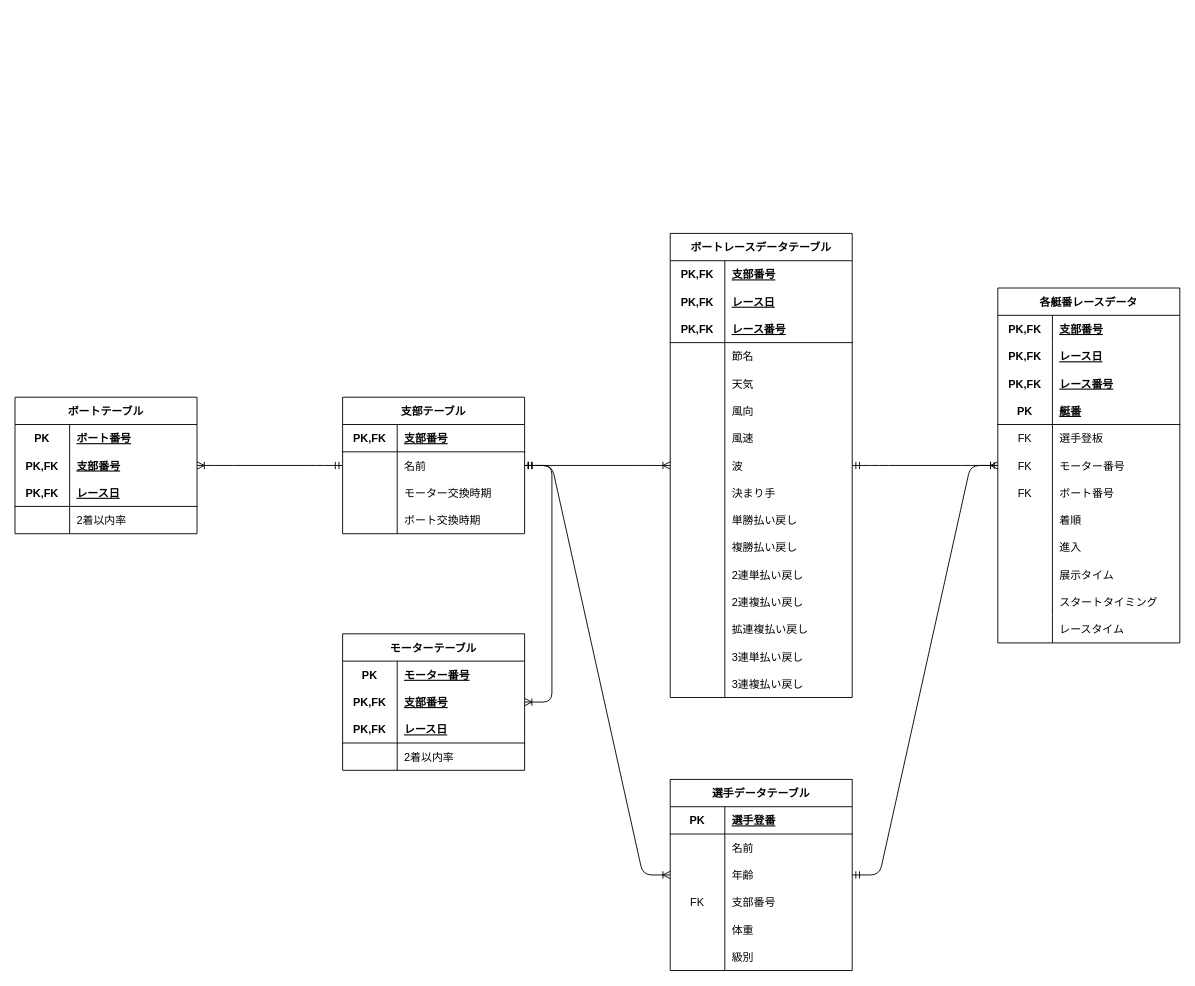
Before: page "論理設計" (2 of 3) of .db_design/db_design.dio in nishio-n0522/predict_boat, a draw.io diagram. Source tidied: cells renumbered, new cells numbered last; positions are measured from the earlier drawing's top-left corner, leaving out a move shared by most shapes. Both pictures are drawn from the tidied source at 91%, with x=0, y=0 at pixel (15, 233).
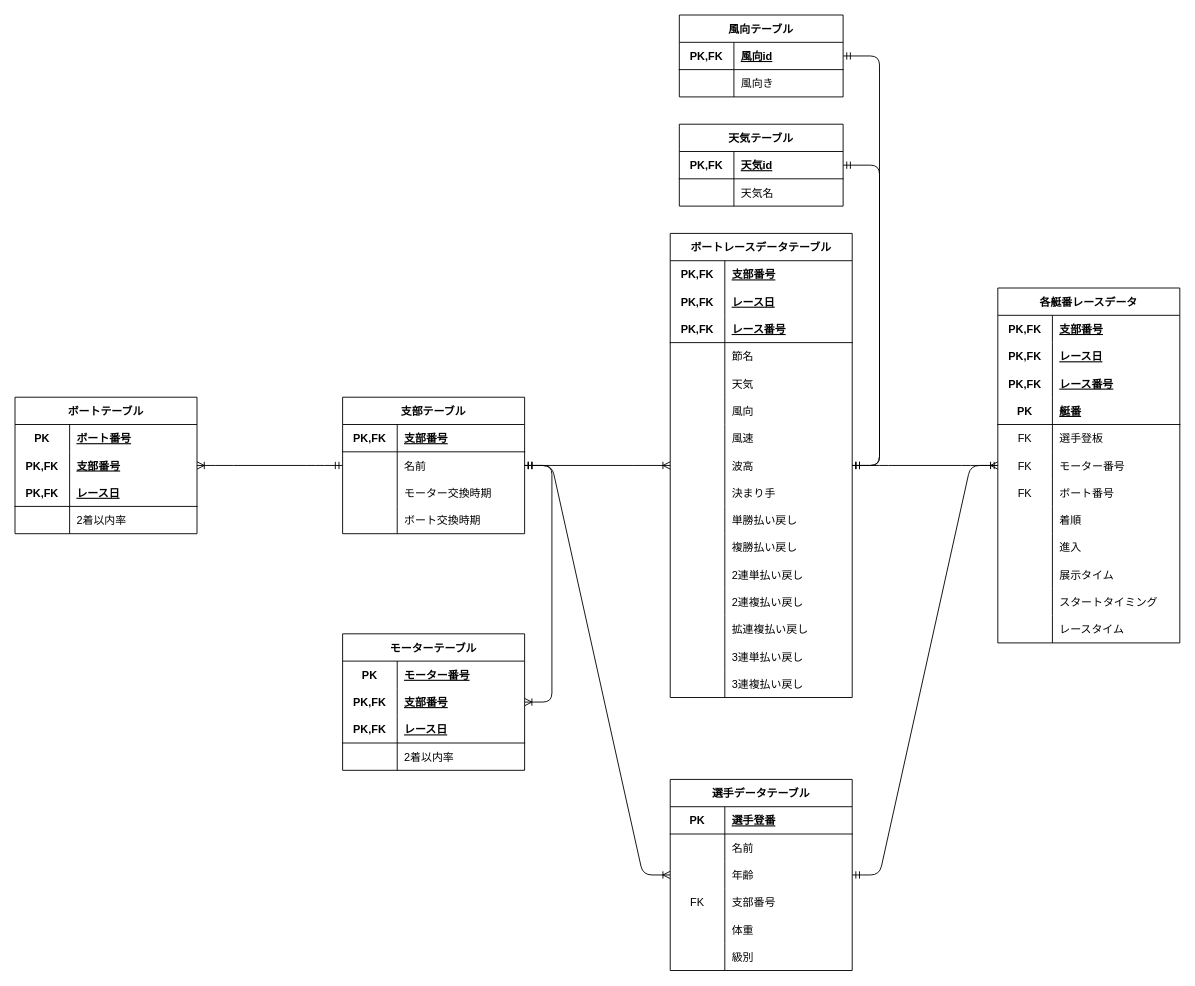
The same page after the edit.

The change refers to these unchanged cells:
```xml
<mxCell id="2" value="ボートレースデータテーブル" style="shape=table;startSize=30;childLayout=tableLayout;rowLines=0;fontStyle=1;align=center;" parent="1" vertex="1">
  <mxGeometry x="720" width="200" height="510" as="geometry" />
</mxCell>
<mxCell id="24" style="shape=tableRow;horizontal=0;startSize=0;swimlaneHead=0;swimlaneBody=0;fillColor=none;top=0;left=0;right=0;bottom=0;" parent="2" vertex="1">
  <mxGeometry y="240" width="200" height="30" as="geometry" />
</mxCell>
```

The edit, as a diff of the source:
```diff
@@
-    <mxCell id="26" value="波" style="shape=partialRectangle;fillColor=none;top=0;left=0;bottom=0;right=0;align=left;spacingLeft=6;overflow=hidden;" parent="24" vertex="1">
+    <mxCell id="26" value="波高" style="shape=partialRectangle;fillColor=none;top=0;left=0;bottom=0;right=0;align=left;spacingLeft=6;overflow=hidden;" parent="24" vertex="1">
       <mxGeometry x="60" width="140" height="30" as="geometry" />
     </mxCell>
@@
+    <mxCell id="152" value="天気テーブル" style="shape=table;startSize=30;childLayout=tableLayout;rowLines=0;fontStyle=1;align=center;" parent="1" vertex="1">
+      <mxGeometry x="730" y="-120" width="180" height="90" as="geometry" />
+    </mxCell>
+    <mxCell id="153" style="shape=tableRow;horizontal=0;startSize=0;swimlaneHead=0;swimlaneBody=0;fillColor=none;top=0;left=0;right=0;bottom=1;" parent="152" vertex="1">
+      <mxGeometry y="30" width="180" height="30" as="geometry" />
+    </mxCell>
+    <mxCell id="154" value="PK,FK" style="shape=partialRectangle;fillColor=none;top=0;left=0;bottom=0;right=0;fontStyle=1;overflow=hidden;" parent="153" vertex="1">
+      <mxGeometry width="60" height="30" as="geometry" />
+    </mxCell>
+    <mxCell id="155" value="天気id" style="shape=partialRectangle;fillColor=none;top=0;left=0;bottom=0;right=0;align=left;spacingLeft=6;fontStyle=5;overflow=hidden;" parent="153" vertex="1">
+      <mxGeometry x="60" width="120" height="30" as="geometry" />
+    </mxCell>
+    <mxCell id="156" style="shape=tableRow;horizontal=0;startSize=0;swimlaneHead=0;swimlaneBody=0;fillColor=none;top=0;left=0;right=0;bottom=0;" parent="152" vertex="1">
+      <mxGeometry y="60" width="180" height="30" as="geometry" />
+    </mxCell>
+    <mxCell id="157" style="shape=partialRectangle;fillColor=none;top=0;left=0;bottom=0;right=0;overflow=hidden;" parent="156" vertex="1">
+      <mxGeometry width="60" height="30" as="geometry" />
+    </mxCell>
+    <mxCell id="158" value="天気名" style="shape=partialRectangle;fillColor=none;top=0;left=0;bottom=0;right=0;align=left;spacingLeft=6;overflow=hidden;" parent="156" vertex="1">
+      <mxGeometry x="60" width="120" height="30" as="geometry" />
+    </mxCell>
+    <mxCell id="159" style="edgeStyle=entityRelationEdgeStyle;fontSize=12;html=1;endArrow=ERmandOne;startArrow=ERmandOne;" parent="1" edge="1" source="2" target="152">
+      <mxGeometry relative="1" as="geometry" />
+    </mxCell>
+    <mxCell id="160" value="風向テーブル" style="shape=table;startSize=30;childLayout=tableLayout;rowLines=0;fontStyle=1;align=center;" parent="1" vertex="1">
+      <mxGeometry x="730" y="-240" width="180" height="90" as="geometry" />
+    </mxCell>
+    <mxCell id="161" style="shape=tableRow;horizontal=0;startSize=0;swimlaneHead=0;swimlaneBody=0;fillColor=none;top=0;left=0;right=0;bottom=1;" parent="160" vertex="1">
+      <mxGeometry y="30" width="180" height="30" as="geometry" />
+    </mxCell>
+    <mxCell id="162" value="PK,FK" style="shape=partialRectangle;fillColor=none;top=0;left=0;bottom=0;right=0;fontStyle=1;overflow=hidden;" parent="161" vertex="1">
+      <mxGeometry width="60" height="30" as="geometry" />
+    </mxCell>
+    <mxCell id="163" value="風向id" style="shape=partialRectangle;fillColor=none;top=0;left=0;bottom=0;right=0;align=left;spacingLeft=6;fontStyle=5;overflow=hidden;" parent="161" vertex="1">
+      <mxGeometry x="60" width="120" height="30" as="geometry" />
+    </mxCell>
+    <mxCell id="164" style="shape=tableRow;horizontal=0;startSize=0;swimlaneHead=0;swimlaneBody=0;fillColor=none;top=0;left=0;right=0;bottom=0;" parent="160" vertex="1">
+      <mxGeometry y="60" width="180" height="30" as="geometry" />
+    </mxCell>
+    <mxCell id="165" style="shape=partialRectangle;fillColor=none;top=0;left=0;bottom=0;right=0;overflow=hidden;" parent="164" vertex="1">
+      <mxGeometry width="60" height="30" as="geometry" />
+    </mxCell>
+    <mxCell id="166" value="風向き" style="shape=partialRectangle;fillColor=none;top=0;left=0;bottom=0;right=0;align=left;spacingLeft=6;overflow=hidden;" parent="164" vertex="1">
+      <mxGeometry x="60" width="120" height="30" as="geometry" />
+    </mxCell>
+    <mxCell id="167" style="edgeStyle=entityRelationEdgeStyle;fontSize=12;html=1;endArrow=ERmandOne;startArrow=ERmandOne;" parent="1" edge="1" source="2" target="160">
+      <mxGeometry relative="1" as="geometry" />
+    </mxCell>
```
